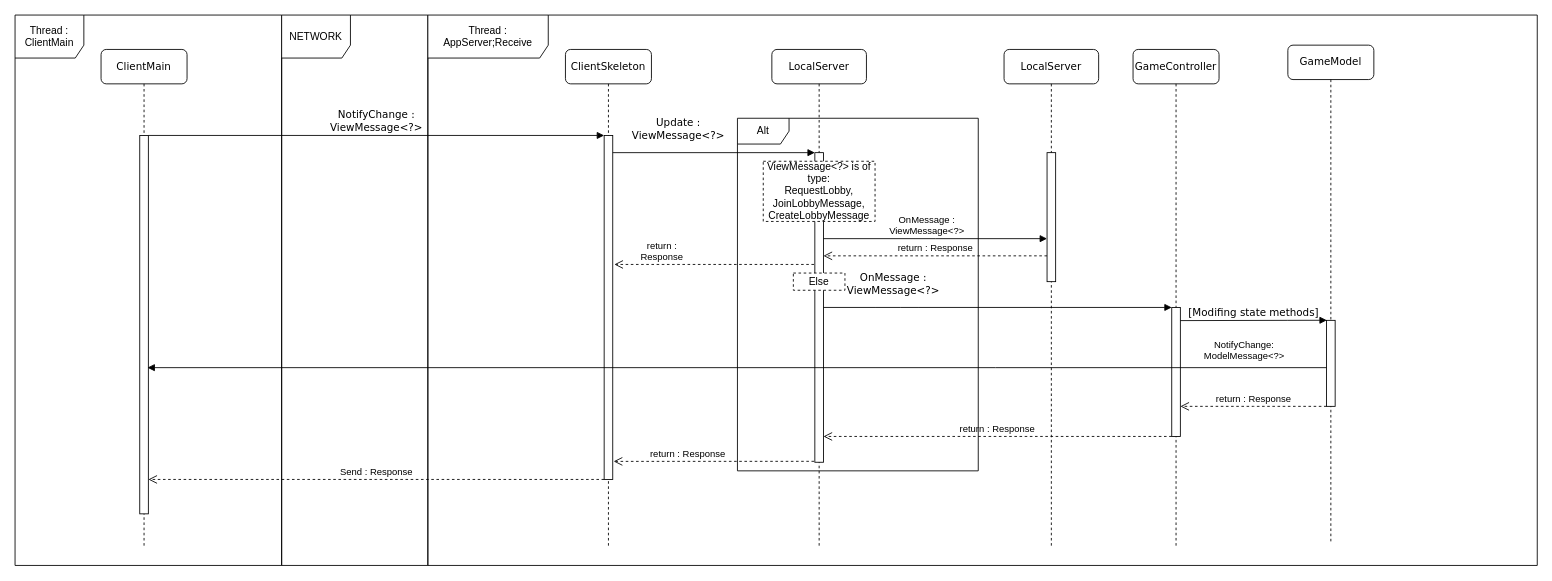
The draw.io diagram page "ClientAgnosticTCPSequenceDiagram" (1 of 2) of deliveries/archive/second_peer_review/diagrams/CommunicationDiagram.drawio in dede1751/ing-sw-2023-sgobbi-scardia-sciaky-simei, before the edit. Source tidied: cells renumbered, new cells numbered last; positions are measured from the earlier drawing's top-left corner, leaving out a move shared by most shapes. Both pictures are drawn from the tidied source at 86%, with x=0, y=0 at pixel (15, 15).
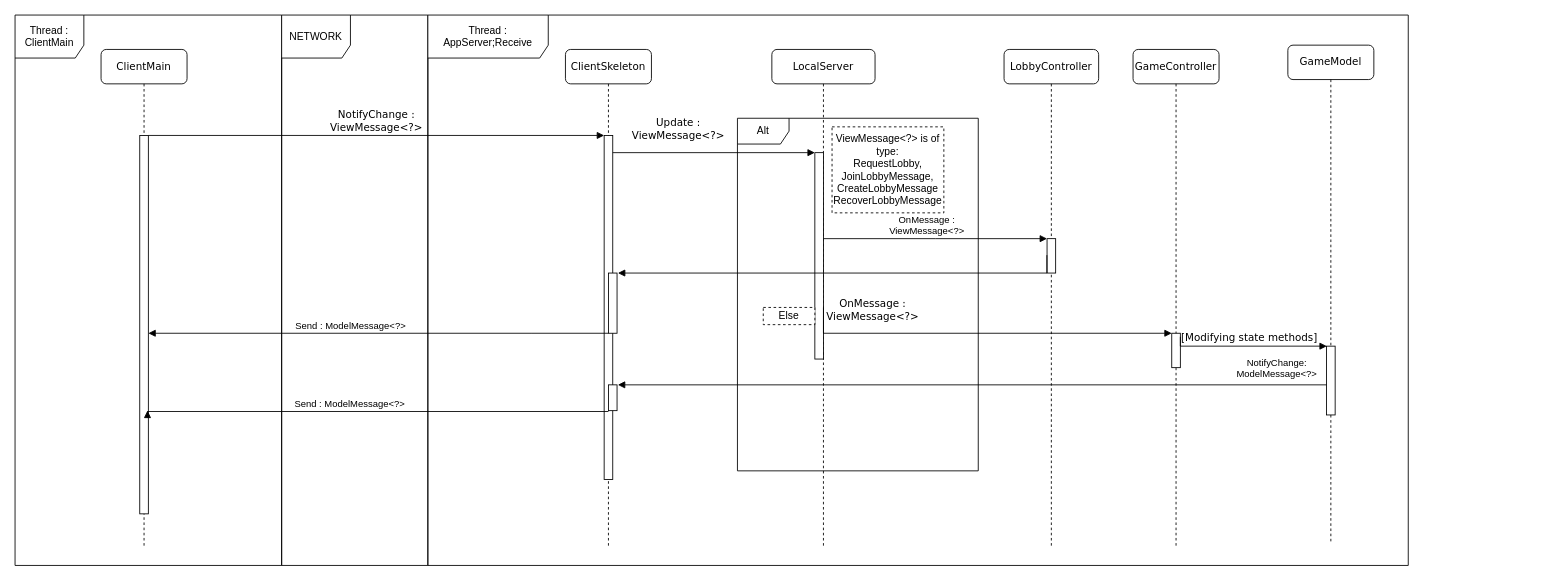
The same page after the edit.

The change refers to these unchanged cells:
```xml
<mxCell id="2" value="ClientSkeleton" style="shape=umlLifeline;perimeter=lifelinePerimeter;whiteSpace=wrap;html=1;rounded=1;shadow=0;comic=0;labelBackgroundColor=none;strokeWidth=1;fontFamily=Verdana;fontSize=12;align=center;" parent="1" vertex="1">
  <mxGeometry x="640" y="40" width="100" height="580" as="geometry" />
</mxCell>
<mxCell id="3" style="html=1;points=[];perimeter=orthogonalPerimeter;rounded=0;shadow=0;comic=0;labelBackgroundColor=none;strokeWidth=1;fontFamily=Verdana;fontSize=12;align=center;" parent="2" vertex="1">
  <mxGeometry x="45" y="100" width="10" height="400" as="geometry" />
</mxCell>
<mxCell id="9" style="html=1;points=[];perimeter=orthogonalPerimeter;rounded=0;shadow=0;comic=0;labelBackgroundColor=none;strokeWidth=1;fontFamily=Verdana;fontSize=12;align=center;" parent="8" vertex="1">
  <mxGeometry x="45" y="100" width="10" height="440" as="geometry" />
</mxCell>
<mxCell id="12" value="GameController" style="shape=umlLifeline;perimeter=lifelinePerimeter;whiteSpace=wrap;html=1;rounded=1;shadow=0;comic=0;labelBackgroundColor=none;strokeWidth=1;fontFamily=Verdana;fontSize=12;align=center;" parent="1" vertex="1">
  <mxGeometry x="1300" y="40" width="100" height="580" as="geometry" />
</mxCell>
<mxCell id="18" value="GameModel" style="shape=umlLifeline;perimeter=lifelinePerimeter;whiteSpace=wrap;html=1;rounded=1;shadow=0;comic=0;labelBackgroundColor=none;strokeWidth=1;fontFamily=Verdana;fontSize=12;align=center;size=40;" parent="1" vertex="1">
  <mxGeometry x="1480" y="35" width="100" height="580" as="geometry" />
</mxCell>
```

What changed in the source:
```diff
@@
-    <mxCell id="4" value="Send : Response" style="html=1;verticalAlign=bottom;endArrow=open;dashed=1;endSize=8;edgeStyle=elbowEdgeStyle;elbow=vertical;curved=0;rounded=0;" parent="2" edge="1" target="9">
-      <mxGeometry relative="1" as="geometry">
-        <mxPoint x="45" y="500" as="sourcePoint" />
-      </mxGeometry>
-    </mxCell>
     <mxCell id="5" value="LocalServer" style="shape=umlLifeline;perimeter=lifelinePerimeter;whiteSpace=wrap;html=1;rounded=1;shadow=0;comic=0;labelBackgroundColor=none;strokeWidth=1;fontFamily=Verdana;fontSize=12;align=center;" parent="1" vertex="1">
-      <mxGeometry x="880" y="40" width="110" height="580" as="geometry" />
+      <mxGeometry x="880" y="40" width="120" height="580" as="geometry" />
     </mxCell>
     <mxCell id="6" style="html=1;points=[];perimeter=orthogonalPerimeter;rounded=0;shadow=0;comic=0;labelBackgroundColor=none;strokeWidth=1;fontFamily=Verdana;fontSize=12;align=center;" parent="5" vertex="1">
-      <mxGeometry x="50" y="120" width="10" height="360" as="geometry" />
+      <mxGeometry x="50" y="120" width="10" height="240" as="geometry" />
     </mxCell>
-    <mxCell id="7" value="ViewMessage&amp;lt;?&amp;gt; is of type:&lt;br&gt;RequestLobby,&lt;br&gt;JoinLobbyMessage,&lt;br&gt;CreateLobbyMessage&lt;br&gt;" style="html=1;whiteSpace=wrap;dashed=1;" parent="5" vertex="1">
-      <mxGeometry x="-10" y="130" width="130" height="70" as="geometry" />
-    </mxCell>
@@
     <mxCell id="13" style="html=1;points=[];perimeter=orthogonalPerimeter;rounded=0;shadow=0;comic=0;labelBackgroundColor=none;strokeWidth=1;fontFamily=Verdana;fontSize=12;align=center;" parent="12" vertex="1">
-      <mxGeometry x="45" y="300" width="10" height="150" as="geometry" />
+      <mxGeometry x="45" y="330" width="10" height="40" as="geometry" />
     </mxCell>
-    <mxCell id="14" value="return : Response" style="html=1;verticalAlign=bottom;endArrow=open;dashed=1;endSize=8;edgeStyle=elbowEdgeStyle;elbow=vertical;curved=0;rounded=0;" parent="12" edge="1">
-      <mxGeometry relative="1" as="geometry">
-        <mxPoint x="45" y="450" as="sourcePoint" />
-        <mxPoint x="-360" y="450" as="targetPoint" />
-      </mxGeometry>
-    </mxCell>
-    <mxCell id="15" value="OnMessage :&lt;br&gt;ViewMessage&amp;lt;?&amp;gt;" style="html=1;verticalAlign=bottom;endArrow=block;labelBackgroundColor=none;fontFamily=Verdana;fontSize=12;elbow=vertical;rounded=0;" parent="1" edge="1" target="13">
+    <mxCell id="15" value="OnMessage :&lt;br&gt;ViewMessage&amp;lt;?&amp;gt;" style="html=1;verticalAlign=bottom;endArrow=block;labelBackgroundColor=none;fontFamily=Verdana;fontSize=12;elbow=vertical;rounded=0;edgeStyle=elbowEdgeStyle;" parent="1" edge="1" target="13">
       <mxGeometry x="-0.6" y="10" relative="1" as="geometry">
         <mxPoint x="940" y="340" as="sourcePoint" />
         <Array as="points">
-          <mxPoint x="1000" y="340" />
-          <mxPoint x="1030" y="340" />
-          <mxPoint x="1050" y="340" />
+          <mxPoint x="1160" y="370" />
         </Array>
       </mxGeometry>
     </mxCell>
@@
-    <mxCell id="17" value="return :&lt;br&gt;Response" style="html=1;verticalAlign=bottom;endArrow=open;dashed=1;endSize=8;edgeStyle=elbowEdgeStyle;elbow=vertical;curved=0;rounded=0;entryX=1.183;entryY=0.376;entryDx=0;entryDy=0;entryPerimeter=0;" parent="1" edge="1" target="3">
-      <mxGeometry x="0.52" relative="1" as="geometry">
-        <mxPoint x="929" y="290" as="sourcePoint" />
-        <Array as="points">
-          <mxPoint x="790" y="290" />
-          <mxPoint x="870" y="260" />
-        </Array>
-      </mxGeometry>
-    </mxCell>
@@
     <mxCell id="19" style="html=1;points=[];perimeter=orthogonalPerimeter;rounded=0;shadow=0;comic=0;labelBackgroundColor=none;strokeWidth=1;fontFamily=Verdana;fontSize=12;align=center;" parent="18" vertex="1">
-      <mxGeometry x="45" y="320" width="10" height="100" as="geometry" />
+      <mxGeometry x="45" y="350" width="10" height="80" as="geometry" />
     </mxCell>
-    <mxCell id="20" value="return : Response" style="html=1;verticalAlign=bottom;endArrow=open;dashed=1;endSize=8;edgeStyle=elbowEdgeStyle;elbow=vertical;curved=0;rounded=0;" parent="18" edge="1" target="13">
-      <mxGeometry relative="1" as="geometry">
-        <mxPoint x="45" y="420" as="sourcePoint" />
-      </mxGeometry>
-    </mxCell>
-    <mxCell id="21" value="NotifyChange:&lt;br&gt;ModelMessage&amp;lt;?&amp;gt;" style="html=1;verticalAlign=bottom;endArrow=block;edgeStyle=elbowEdgeStyle;elbow=vertical;curved=0;rounded=0;" parent="1" edge="1" source="19">
+    <mxCell id="21" value="NotifyChange:&lt;br&gt;ModelMessage&amp;lt;?&amp;gt;" style="html=1;verticalAlign=bottom;endArrow=block;edgeStyle=elbowEdgeStyle;elbow=vertical;curved=0;rounded=0;entryX=1.093;entryY=0.016;entryDx=0;entryDy=0;entryPerimeter=0;" parent="1" edge="1" source="19" target="34">
       <mxGeometry x="-0.86" y="-3" relative="1" as="geometry">
-        <mxPoint x="154" y="410" as="targetPoint" />
         <Array as="points">
+          <mxPoint x="720" y="430" />
           <mxPoint x="1140" y="410" />
           <mxPoint x="1130" y="400" />
           <mxPoint x="1130" y="420" />
           <mxPoint x="1090" y="390" />
           <mxPoint x="1080" y="360" />
         </Array>
         <mxPoint y="-1" as="offset" />
       </mxGeometry>
     </mxCell>
     <mxCell id="22" value="Else&lt;br&gt;" style="html=1;whiteSpace=wrap;dashed=1;" parent="1" vertex="1">
-      <mxGeometry x="905" y="300" width="60" height="20" as="geometry" />
+      <mxGeometry x="870" y="340" width="60" height="20" as="geometry" />
     </mxCell>
-    <mxCell id="23" value="[Modifing state methods]" style="html=1;verticalAlign=bottom;endArrow=block;labelBackgroundColor=none;fontFamily=Verdana;fontSize=12;elbow=vertical;rounded=0;entryX=0.033;entryY=-0.001;entryDx=0;entryDy=0;entryPerimeter=0;exitX=1;exitY=0.102;exitDx=0;exitDy=0;exitPerimeter=0;" parent="1" edge="1" source="13" target="19">
+    <mxCell id="23" value="[Modifying state methods]" style="html=1;verticalAlign=bottom;endArrow=block;labelBackgroundColor=none;fontFamily=Verdana;fontSize=12;elbow=vertical;rounded=0;entryX=0.033;entryY=-0.001;entryDx=0;entryDy=0;entryPerimeter=0;exitX=1;exitY=0.102;exitDx=0;exitDy=0;exitPerimeter=0;edgeStyle=elbowEdgeStyle;" parent="1" edge="1" source="13" target="19">
       <mxGeometry relative="1" as="geometry">
         <Array as="points">
-          <mxPoint x="1480" y="355" />
+          <mxPoint x="1500" y="385" />
+          <mxPoint x="1410" y="390" />
+          <mxPoint x="1520" y="375" />
+          <mxPoint x="1430" y="380" />
         </Array>
       </mxGeometry>
     </mxCell>
-    <mxCell id="24" value="return : Response" style="html=1;verticalAlign=bottom;endArrow=open;dashed=1;endSize=8;edgeStyle=elbowEdgeStyle;elbow=vertical;curved=0;rounded=0;exitX=-0.09;exitY=0.997;exitDx=0;exitDy=0;exitPerimeter=0;entryX=1.106;entryY=0.948;entryDx=0;entryDy=0;entryPerimeter=0;" parent="1" edge="1" source="6" target="3">
-      <mxGeometry x="0.26" relative="1" as="geometry" />
-    </mxCell>
@@
     <mxCell id="27" value="Thread :&lt;br&gt;AppServer;Receive" style="shape=umlFrame;whiteSpace=wrap;html=1;width=140;height=50;" parent="1" vertex="1">
-      <mxGeometry x="480" width="1290" height="640" as="geometry" />
+      <mxGeometry x="480" width="1140" height="640" as="geometry" />
     </mxCell>
-    <mxCell id="28" value="LocalServer" style="shape=umlLifeline;perimeter=lifelinePerimeter;whiteSpace=wrap;html=1;rounded=1;shadow=0;comic=0;labelBackgroundColor=none;strokeWidth=1;fontFamily=Verdana;fontSize=12;align=center;" parent="1" vertex="1">
+    <mxCell id="28" value="LobbyController" style="shape=umlLifeline;perimeter=lifelinePerimeter;whiteSpace=wrap;html=1;rounded=1;shadow=0;comic=0;labelBackgroundColor=none;strokeWidth=1;fontFamily=Verdana;fontSize=12;align=center;" parent="1" vertex="1">
       <mxGeometry x="1150" y="40" width="110" height="580" as="geometry" />
     </mxCell>
     <mxCell id="29" style="html=1;points=[];perimeter=orthogonalPerimeter;rounded=0;shadow=0;comic=0;labelBackgroundColor=none;strokeWidth=1;fontFamily=Verdana;fontSize=12;align=center;" parent="28" vertex="1">
-      <mxGeometry x="50" y="120" width="10" height="150" as="geometry" />
+      <mxGeometry x="50" y="220" width="10" height="40" as="geometry" />
     </mxCell>
@@
-    <mxCell id="31" value="return : Response" style="html=1;verticalAlign=bottom;endArrow=open;dashed=1;endSize=8;edgeStyle=elbowEdgeStyle;elbow=vertical;curved=0;rounded=0;" parent="1" edge="1">
-      <mxGeometry relative="1" as="geometry">
-        <mxPoint x="1200" y="280" as="sourcePoint" />
-        <mxPoint x="940" y="280.1" as="targetPoint" />
-      </mxGeometry>
-    </mxCell>
+    <mxCell id="32" style="html=1;verticalAlign=bottom;endArrow=block;edgeStyle=elbowEdgeStyle;elbow=vertical;rounded=0;exitX=-0.019;exitY=0.479;exitDx=0;exitDy=0;exitPerimeter=0;entryX=1.1;entryY=0.005;entryDx=0;entryDy=0;entryPerimeter=0;" parent="1" edge="1" source="29" target="33">
+      <mxGeometry x="0.13" y="-9" relative="1" as="geometry">
+        <Array as="points">
+          <mxPoint x="1180" y="300" />
+        </Array>
+      </mxGeometry>
+    </mxCell>
+    <mxCell id="33" style="html=1;points=[];perimeter=orthogonalPerimeter;rounded=0;shadow=0;comic=0;labelBackgroundColor=none;strokeWidth=1;fontFamily=Verdana;fontSize=12;align=center;" parent="1" vertex="1">
+      <mxGeometry x="690" y="300" width="10" height="70" as="geometry" />
+    </mxCell>
+    <mxCell id="34" style="html=1;points=[];perimeter=orthogonalPerimeter;rounded=0;shadow=0;comic=0;labelBackgroundColor=none;strokeWidth=1;fontFamily=Verdana;fontSize=12;align=center;" parent="1" vertex="1">
+      <mxGeometry x="690" y="430" width="10" height="30" as="geometry" />
+    </mxCell>
+    <mxCell id="35" value="Send : ModelMessage&amp;lt;?&amp;gt;" style="html=1;verticalAlign=bottom;endArrow=block;edgeStyle=elbowEdgeStyle;elbow=vertical;curved=0;rounded=0;" parent="1" edge="1">
+      <mxGeometry x="0.12" relative="1" as="geometry">
+        <mxPoint x="690" y="370" as="sourcePoint" />
+        <mxPoint x="155" y="370" as="targetPoint" />
+        <Array as="points">
+          <mxPoint x="600" y="370" />
+          <mxPoint x="490" y="320" />
+        </Array>
+      </mxGeometry>
+    </mxCell>
+    <mxCell id="36" value="Send : ModelMessage&amp;lt;?&amp;gt;" style="html=1;verticalAlign=bottom;endArrow=block;edgeStyle=elbowEdgeStyle;elbow=vertical;curved=0;rounded=0;exitX=-0.007;exitY=0.571;exitDx=0;exitDy=0;exitPerimeter=0;" parent="1" edge="1">
+      <mxGeometry x="0.12" relative="1" as="geometry">
+        <mxPoint x="690" y="461" as="sourcePoint" />
+        <mxPoint x="154" y="460" as="targetPoint" />
+      </mxGeometry>
+    </mxCell>
+    <mxCell id="7" value="ViewMessage&amp;lt;?&amp;gt; is of type:&lt;br&gt;RequestLobby,&lt;br&gt;JoinLobbyMessage,&lt;br&gt;CreateLobbyMessage&lt;br&gt;RecoverLobbyMessage" style="html=1;whiteSpace=wrap;dashed=1;" parent="1" vertex="1">
+      <mxGeometry x="950" y="130" width="130" height="100" as="geometry" />
+    </mxCell>
```
